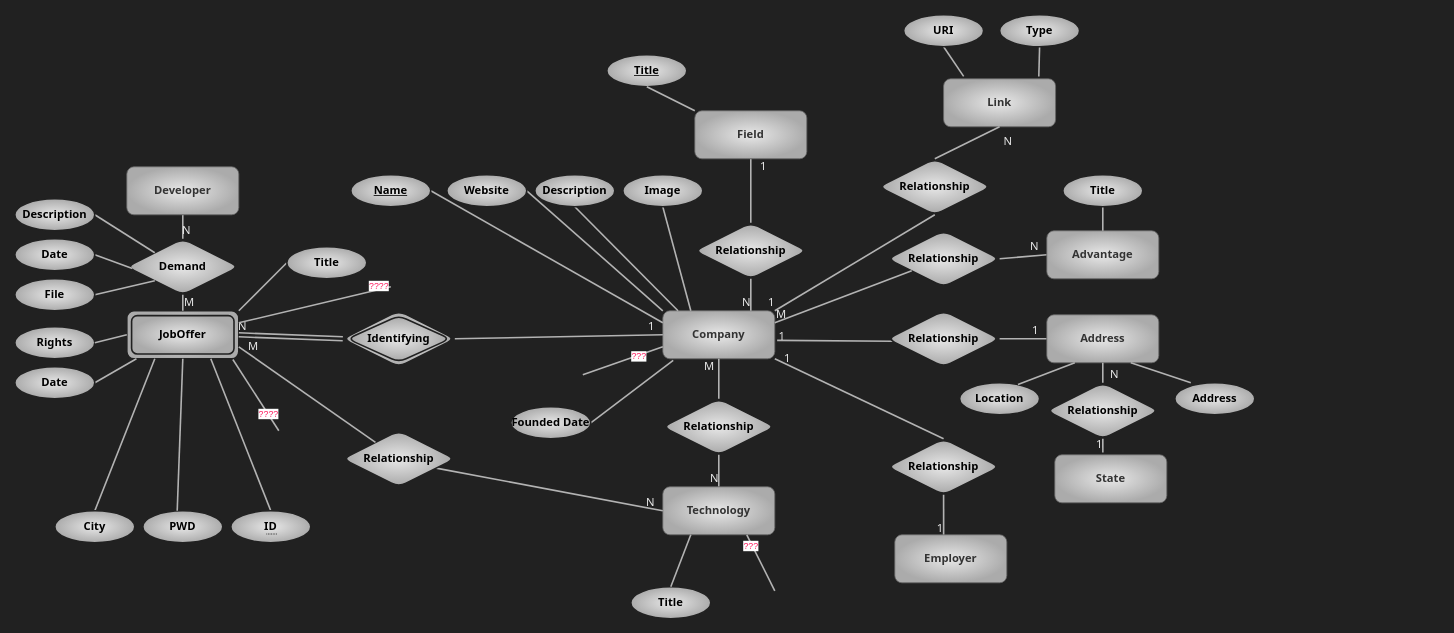
Before: page "magnet" (2 of 5) of er.drawio in kntu-db/quera-db, a draw.io diagram. Source tidied: cells renumbered, new cells numbered last; positions are measured from the earlier drawing's top-left corner, leaving out a move shared by most shapes. Both pictures are drawn from the tidied source at 80%, with x=0, y=0 at pixel (14, 14).
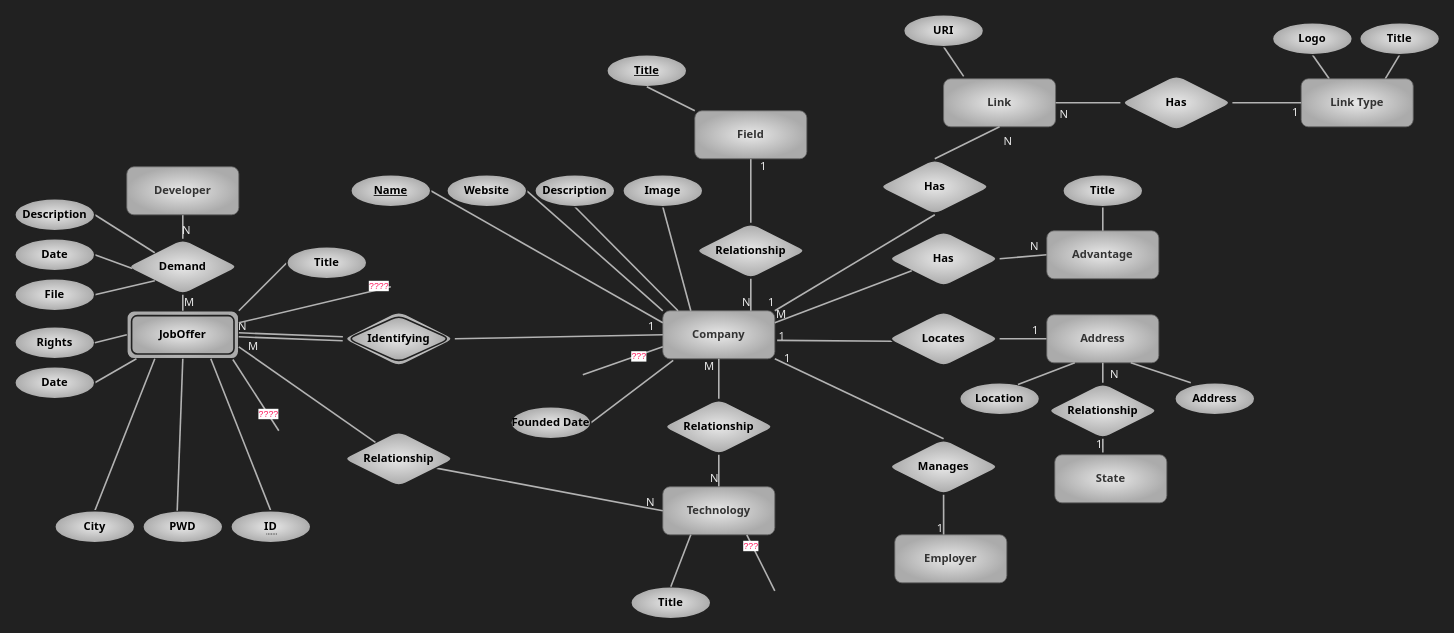
The same diagram, later.

Commit message (it also covers changes not shown here):
Add link type entity

The change refers to these unchanged cells:
```xml
<mxCell id="51" value="Link" style="whiteSpace=wrap;html=1;align=center;fontFamily=Tahoma;rounded=1;fillColor=#E8E8E8;strokeColor=#666666;fontColor=#333333;gradientColor=#ABABAB;gradientDirection=radial;fontSize=14;labelBackgroundColor=none;fontStyle=1;" parent="1" vertex="1">
  <mxGeometry x="1161" y="80" width="140" height="60" as="geometry" />
</mxCell>
```

Diff of the diagram source:
```diff
@@
-    <mxCell id="50" value="Relationship" style="shape=rhombus;perimeter=rhombusPerimeter;whiteSpace=wrap;html=1;align=center;rounded=1;labelBackgroundColor=none;fontFamily=Tahoma;fontSize=14;fontColor=#000000;strokeColor=#212121;strokeWidth=2;fillColor=#E8E8E8;gradientColor=#ABABAB;gradientDirection=radial;fontStyle=1;" parent="1" vertex="1">
+    <mxCell id="50" value="Has" style="shape=rhombus;perimeter=rhombusPerimeter;whiteSpace=wrap;html=1;align=center;rounded=1;labelBackgroundColor=none;fontFamily=Tahoma;fontSize=14;fontColor=#000000;strokeColor=#212121;strokeWidth=2;fillColor=#E8E8E8;gradientColor=#ABABAB;gradientDirection=radial;fontStyle=1;" parent="1" vertex="1">
       <mxGeometry x="1080" y="180" width="140" height="70" as="geometry" />
     </mxCell>
@@
-    <mxCell id="55" style="endArrow=none;html=1;rounded=1;fontFamily=Tahoma;fontSize=14;fontColor=#000000;strokeWidth=2;sketch=0;shadow=0;fillColor=none;strokeColor=#B3B3B3;exitX=0.85;exitY=-0.05;exitDx=0;exitDy=0;exitPerimeter=0;entryX=0.5;entryY=1;entryDx=0;entryDy=0;" parent="1" edge="1" source="51" target="56">
-      <mxGeometry relative="1" as="geometry" />
-    </mxCell>
-    <mxCell id="56" value="Type" style="ellipse;whiteSpace=wrap;html=1;align=center;rounded=1;labelBackgroundColor=none;fontFamily=Tahoma;fontSize=14;fontColor=#000000;strokeColor=#212121;strokeWidth=2;fillColor=#E8E8E8;gradientColor=#ABABAB;gradientDirection=radial;fontStyle=1;" parent="1" vertex="1">
-      <mxGeometry x="1231" width="100" height="40" as="geometry" />
-    </mxCell>
@@
-    <mxCell id="60" value="Relationship" style="shape=rhombus;perimeter=rhombusPerimeter;whiteSpace=wrap;html=1;align=center;rounded=1;labelBackgroundColor=none;fontFamily=Tahoma;fontSize=14;fontColor=#000000;strokeColor=#212121;strokeWidth=2;fillColor=#E8E8E8;gradientColor=#ABABAB;gradientDirection=radial;fontStyle=1;" parent="1" vertex="1">
+    <mxCell id="60" value="Has" style="shape=rhombus;perimeter=rhombusPerimeter;whiteSpace=wrap;html=1;align=center;rounded=1;labelBackgroundColor=none;fontFamily=Tahoma;fontSize=14;fontColor=#000000;strokeColor=#212121;strokeWidth=2;fillColor=#E8E8E8;gradientColor=#ABABAB;gradientDirection=radial;fontStyle=1;" parent="1" vertex="1">
       <mxGeometry x="1091" y="270" width="140" height="70" as="geometry" />
     </mxCell>
@@
-    <mxCell id="68" value="Relationship" style="shape=rhombus;perimeter=rhombusPerimeter;whiteSpace=wrap;html=1;align=center;rounded=1;labelBackgroundColor=none;fontFamily=Tahoma;fontSize=14;fontColor=#000000;strokeColor=#212121;strokeWidth=2;fillColor=#E8E8E8;gradientColor=#ABABAB;gradientDirection=radial;fontStyle=1;" parent="1" vertex="1">
+    <mxCell id="68" value="Locates" style="shape=rhombus;perimeter=rhombusPerimeter;whiteSpace=wrap;html=1;align=center;rounded=1;labelBackgroundColor=none;fontFamily=Tahoma;fontSize=14;fontColor=#000000;strokeColor=#212121;strokeWidth=2;fillColor=#E8E8E8;gradientColor=#ABABAB;gradientDirection=radial;fontStyle=1;" parent="1" vertex="1">
       <mxGeometry x="1091" y="370" width="140" height="70" as="geometry" />
     </mxCell>
@@
-    <mxCell id="84" value="Relationship" style="shape=rhombus;perimeter=rhombusPerimeter;whiteSpace=wrap;html=1;align=center;rounded=1;labelBackgroundColor=none;fontFamily=Tahoma;fontSize=14;fontColor=#000000;strokeColor=#212121;strokeWidth=2;fillColor=#E8E8E8;gradientColor=#ABABAB;gradientDirection=radial;fontStyle=1;" parent="1" vertex="1">
+    <mxCell id="84" value="Manages" style="shape=rhombus;perimeter=rhombusPerimeter;whiteSpace=wrap;html=1;align=center;rounded=1;labelBackgroundColor=none;fontFamily=Tahoma;fontSize=14;fontColor=#000000;strokeColor=#212121;strokeWidth=2;fillColor=#E8E8E8;gradientColor=#ABABAB;gradientDirection=radial;fontStyle=1;" parent="1" vertex="1">
       <mxGeometry x="1091" y="530" width="140" height="70" as="geometry" />
     </mxCell>
@@
+    <mxCell id="112" style="edgeStyle=none;html=1;exitX=0.25;exitY=0;exitDx=0;exitDy=0;entryX=0.5;entryY=1;entryDx=0;entryDy=0;strokeWidth=2;endArrow=none;endFill=0;strokeColor=#B3B3B3;" parent="1" edge="1" source="114" target="120">
+      <mxGeometry relative="1" as="geometry" />
+    </mxCell>
+    <mxCell id="113" style="edgeStyle=none;html=1;exitX=0.75;exitY=0;exitDx=0;exitDy=0;entryX=0.5;entryY=1;entryDx=0;entryDy=0;endArrow=none;endFill=0;strokeColor=#B3B3B3;strokeWidth=2;" parent="1" edge="1" source="114" target="121">
+      <mxGeometry relative="1" as="geometry" />
+    </mxCell>
+    <mxCell id="114" value="Link Type" style="whiteSpace=wrap;html=1;align=center;fontFamily=Tahoma;rounded=1;fillColor=#E8E8E8;strokeColor=#666666;fontColor=#333333;gradientColor=#ABABAB;gradientDirection=radial;fontSize=14;labelBackgroundColor=none;fontStyle=1;" parent="1" vertex="1">
+      <mxGeometry x="1608" y="80" width="140" height="60" as="geometry" />
+    </mxCell>
+    <mxCell id="115" value="Has" style="shape=rhombus;perimeter=rhombusPerimeter;whiteSpace=wrap;html=1;align=center;rounded=1;labelBackgroundColor=none;fontFamily=Tahoma;fontSize=14;fontColor=#000000;strokeColor=#212121;strokeWidth=2;fillColor=#E8E8E8;gradientColor=#ABABAB;gradientDirection=radial;fontStyle=1;" parent="1" vertex="1">
+      <mxGeometry x="1382" y="75" width="140" height="70" as="geometry" />
+    </mxCell>
+    <mxCell id="116" style="endArrow=none;html=1;rounded=0;shadow=0;sketch=0;fontFamily=Tahoma;fontSize=14;fontColor=#E8E8E8;strokeWidth=2;fillColor=none;strokeColor=#B3B3B3;exitX=0;exitY=0.5;exitDx=0;exitDy=0;entryX=1;entryY=0.5;entryDx=0;entryDy=0;" parent="1" edge="1" source="115" target="51">
+      <mxGeometry relative="1" as="geometry" />
+    </mxCell>
+    <mxCell id="117" value="N" style="html=1;align=right;verticalAlign=bottom;rounded=1;shadow=0;glass=0;labelBackgroundColor=none;labelBorderColor=none;fontFamily=Tahoma;fontSize=14;fontColor=#E8E8E8;strokeColor=#3D3D3D;strokeWidth=1;fillColor=#E8E8E8;gradientColor=#ABABAB;gradientDirection=radial;" parent="116" vertex="1">
+      <mxGeometry x="1" relative="1" as="geometry">
+        <mxPoint x="16" y="24" as="offset" />
+      </mxGeometry>
+    </mxCell>
+    <mxCell id="118" value="1" style="html=1;align=right;verticalAlign=bottom;rounded=1;shadow=0;glass=0;labelBackgroundColor=none;labelBorderColor=none;fontFamily=Tahoma;fontSize=14;fontColor=#E8E8E8;strokeColor=#3D3D3D;strokeWidth=1;fillColor=#E8E8E8;gradientColor=#ABABAB;gradientDirection=radial;" parent="116" vertex="1">
+      <mxGeometry x="1" relative="1" as="geometry">
+        <mxPoint x="304" y="22" as="offset" />
+      </mxGeometry>
+    </mxCell>
+    <mxCell id="119" style="endArrow=none;html=1;rounded=1;fontFamily=Tahoma;fontSize=14;fontColor=#000000;strokeWidth=2;sketch=0;shadow=0;fillColor=none;strokeColor=#B3B3B3;exitX=1;exitY=0.5;exitDx=0;exitDy=0;entryX=0;entryY=0.5;entryDx=0;entryDy=0;" parent="1" edge="1" source="115" target="114">
+      <mxGeometry relative="1" as="geometry" />
+    </mxCell>
+    <mxCell id="120" value="Logo" style="ellipse;whiteSpace=wrap;html=1;align=center;rounded=1;labelBackgroundColor=none;fontFamily=Tahoma;fontSize=14;fontColor=#000000;strokeColor=#212121;strokeWidth=2;fillColor=#E8E8E8;gradientColor=#ABABAB;gradientDirection=radial;fontStyle=1;" parent="1" vertex="1">
+      <mxGeometry x="1572" y="10" width="100" height="40" as="geometry" />
+    </mxCell>
+    <mxCell id="121" value="Title" style="ellipse;whiteSpace=wrap;html=1;align=center;rounded=1;labelBackgroundColor=none;fontFamily=Tahoma;fontSize=14;fontColor=#000000;strokeColor=#212121;strokeWidth=2;fillColor=#E8E8E8;gradientColor=#ABABAB;gradientDirection=radial;fontStyle=1;" parent="1" vertex="1">
+      <mxGeometry x="1681" y="10" width="100" height="40" as="geometry" />
+    </mxCell>
```
